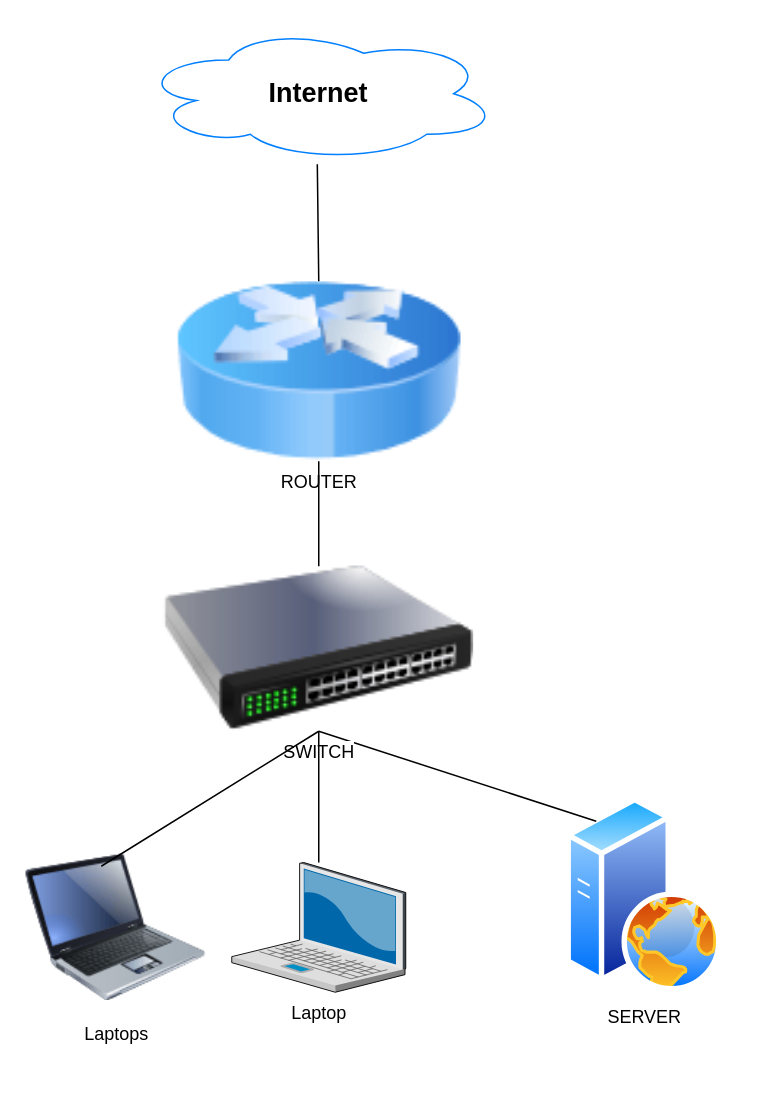
eyongfm/fitec_Groupe6-Web keeps this draw.io diagram as Untitled Diagram.drawio. Above is the earlier version. Source tidied: cells renumbered, new cells numbered last; positions are measured from the earlier drawing's top-left corner, leaving out a move shared by most shapes. Both pictures are drawn from the tidied source at 150%, with x=0, y=0 at pixel (26, 26).
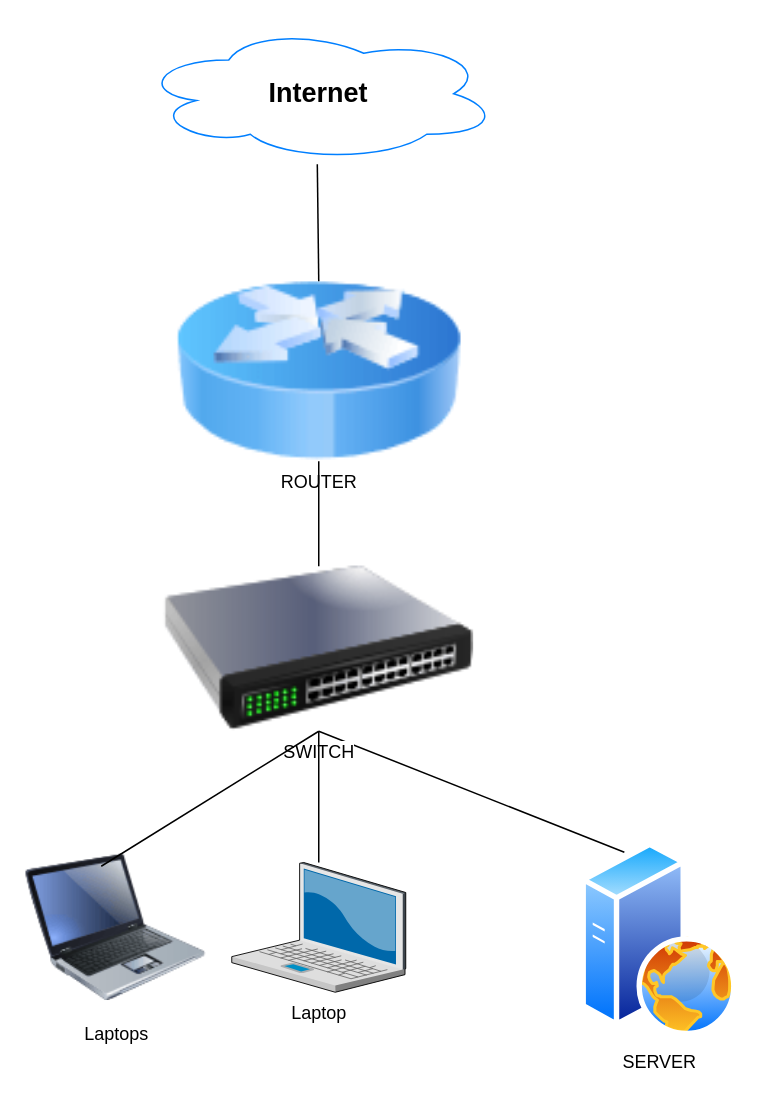
The same page after the edit.

The edit, as a diff of the source:
```diff
@@
 <mxGraphModel>
   <root>
     <mxCell id="0" />
     <mxCell id="1" parent="0" />
     <mxCell id="2" value="&lt;b&gt;&lt;font style=&quot;font-size: 18px;&quot;&gt;Internet&lt;/font&gt;&lt;/b&gt;" style="ellipse;shape=cloud;whiteSpace=wrap;html=1;strokeColor=#007FFF;" parent="1" vertex="1">
       <mxGeometry x="75" width="240" height="90" as="geometry" />
     </mxCell>
     <mxCell id="3" value="ROUTER" style="image;html=1;image=img/lib/clip_art/networking/Router_Icon_128x128.png;" parent="1" vertex="1">
       <mxGeometry x="100" y="170" width="190" height="120" as="geometry" />
     </mxCell>
     <mxCell id="4" value="SERVER" style="image;perimeter=ellipsePerimeter;html=1;align=center;shadow=0;dashed=0;spacingTop=3;image=img/lib/active_directory/web_server.svg;" parent="1" vertex="1">
-      <mxGeometry x="360" y="514" width="104" height="130" as="geometry" />
+      <mxGeometry x="370" y="543.8" width="104" height="130" as="geometry" />
     </mxCell>
     <mxCell id="5" value="Laptops" style="image;html=1;image=img/lib/clip_art/computers/Laptop_128x128.png;" parent="1" vertex="1">
       <mxGeometry y="543.8" width="120" height="114" as="geometry" />
     </mxCell>
     <mxCell id="6" value="Laptop" style="verticalLabelPosition=bottom;sketch=0;html=1;verticalAlign=top;strokeColor=none;align=center;outlineConnect=0;shape=mxgraph.citrix.laptop_2;" parent="1" vertex="1">
       <mxGeometry x="137" y="557.5" width="116" height="86.5" as="geometry" />
     </mxCell>
     <mxCell id="7" style="endArrow=none;html=1;rounded=0;exitX=0.5;exitY=0;exitDx=0;exitDy=0;" parent="1" edge="1" source="9" target="3">
       <mxGeometry relative="1" as="geometry" />
     </mxCell>
-    <mxCell id="8" style="endArrow=none;html=1;rounded=0;entryX=0.5;entryY=1;entryDx=0;entryDy=0;" parent="1" edge="1" target="9">
-      <mxGeometry relative="1" as="geometry">
-        <mxPoint x="380" y="530" as="sourcePoint" />
-      </mxGeometry>
+    <mxCell id="8" style="endArrow=none;html=1;rounded=0;entryX=0.5;entryY=1;entryDx=0;entryDy=0;exitX=0.25;exitY=0;exitDx=0;exitDy=0;" parent="1" edge="1" source="4" target="9">
+      <mxGeometry relative="1" as="geometry" />
     </mxCell>
     <mxCell id="9" value="SWITCH" style="image;html=1;image=img/lib/clip_art/networking/Switch_128x128.png;" parent="1" vertex="1">
       <mxGeometry x="40" y="360" width="310" height="110" as="geometry" />
     </mxCell>
     <mxCell id="10" style="endArrow=none;html=1;rounded=0;exitX=0.5;exitY=0;exitDx=0;exitDy=0;entryX=0.496;entryY=1.022;entryDx=0;entryDy=0;entryPerimeter=0;" parent="1" edge="1" source="3" target="2">
       <mxGeometry relative="1" as="geometry" />
     </mxCell>
     <mxCell id="11" style="endArrow=none;html=1;rounded=0;entryX=0.5;entryY=1;entryDx=0;entryDy=0;" parent="1" edge="1" target="9">
       <mxGeometry relative="1" as="geometry">
         <mxPoint x="50" y="560" as="sourcePoint" />
       </mxGeometry>
     </mxCell>
     <mxCell id="12" style="endArrow=none;html=1;rounded=0;entryX=0.5;entryY=1;entryDx=0;entryDy=0;" parent="1" edge="1" source="6" target="9">
       <mxGeometry relative="1" as="geometry" />
     </mxCell>
   </root>
 </mxGraphModel>
```
